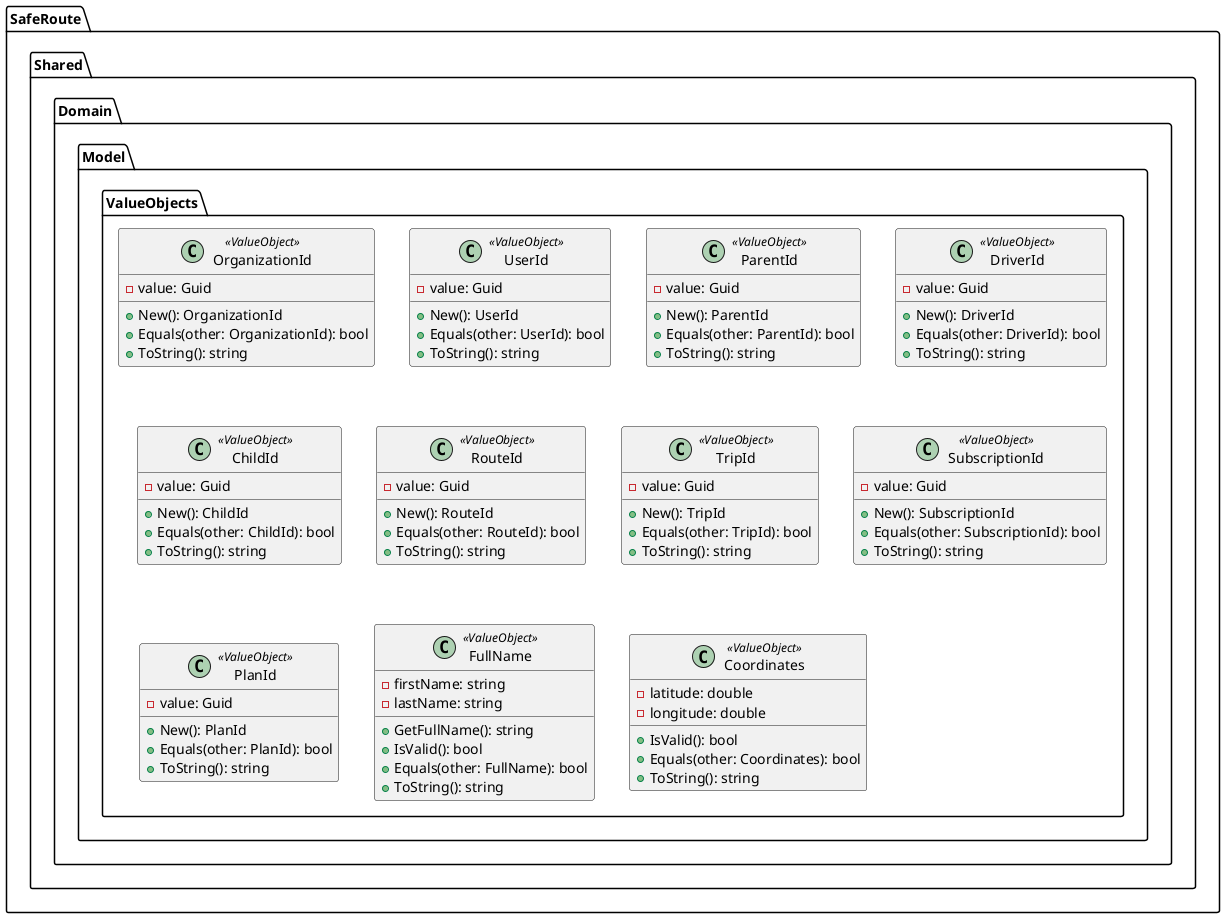
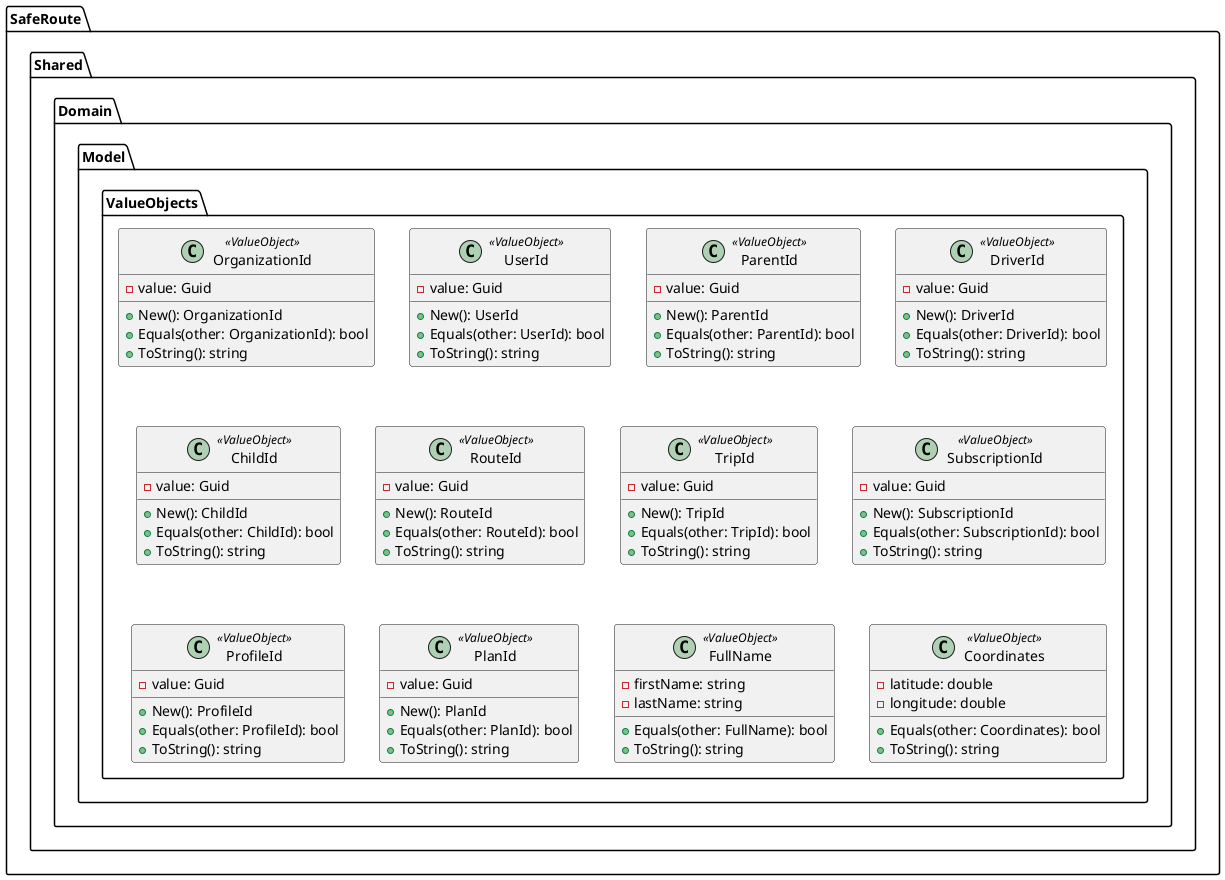
@startuml
skinparam monochrome false

package "SafeRoute.Shared.Domain.Model.ValueObjects" {

  class "OrganizationId" as OrganizationId <<ValueObject>> {
    -value: Guid
    +New(): OrganizationId
    +Equals(other: OrganizationId): bool
    +ToString(): string
  }

  class "UserId" as UserId <<ValueObject>> {
    -value: Guid
    +New(): UserId
    +Equals(other: UserId): bool
    +ToString(): string
  }

  class "ParentId" as ParentId <<ValueObject>> {
    -value: Guid
    +New(): ParentId
    +Equals(other: ParentId): bool
    +ToString(): string
  }

  class "DriverId" as DriverId <<ValueObject>> {
    -value: Guid
    +New(): DriverId
    +Equals(other: DriverId): bool
    +ToString(): string
  }

  class "ChildId" as ChildId <<ValueObject>> {
    -value: Guid
    +New(): ChildId
    +Equals(other: ChildId): bool
    +ToString(): string
  }

  class "RouteId" as RouteId <<ValueObject>> {
    -value: Guid
    +New(): RouteId
    +Equals(other: RouteId): bool
    +ToString(): string
  }

  class "TripId" as TripId <<ValueObject>> {
    -value: Guid
    +New(): TripId
    +Equals(other: TripId): bool
    +ToString(): string
  }

  class "SubscriptionId" as SubscriptionId <<ValueObject>> {
    -value: Guid
    +New(): SubscriptionId
    +Equals(other: SubscriptionId): bool
    +ToString(): string
  }

+   class "ProfileId" as ProfileId <<ValueObject>> {
+     -value: Guid
+     +New(): ProfileId
+     +Equals(other: ProfileId): bool
+     +ToString(): string
+   }
+ 
  class "PlanId" as PlanId <<ValueObject>> {
    -value: Guid
    +New(): PlanId
    +Equals(other: PlanId): bool
    +ToString(): string
  }

  class "FullName" as FullName <<ValueObject>> {
    -firstName: string
    -lastName: string
-     +GetFullName(): string
-     +IsValid(): bool
    +Equals(other: FullName): bool
    +ToString(): string
  }

  class "Coordinates" as Coordinates <<ValueObject>> {
    -latitude: double
    -longitude: double
-     +IsValid(): bool
    +Equals(other: Coordinates): bool
    +ToString(): string
  }
}

@enduml
